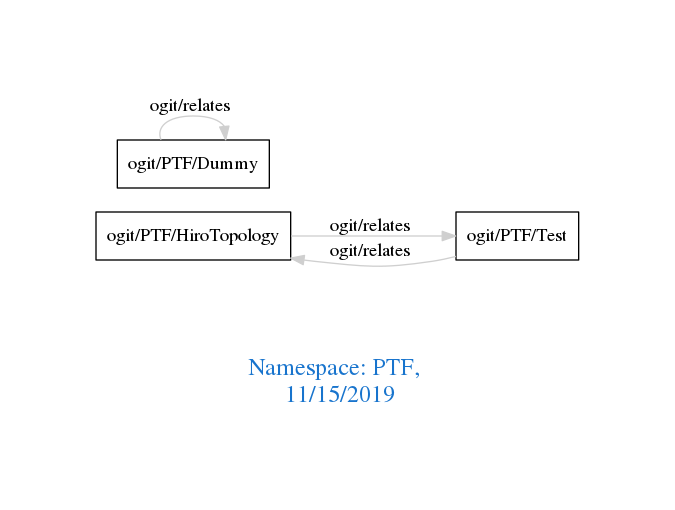
Before: downloads/PTF.png, a diagram exported from Graphviz (arago/OGIT). Its source is kept beside it as downloads/PTF.dot.
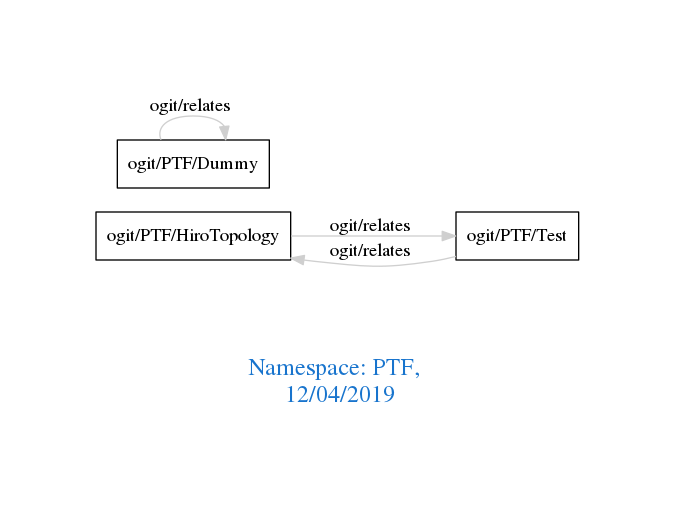
The same file after the commit.

The edit, as a diff of the source:
```diff
@@ -1,7 +1,7 @@
 digraph OGIT_ontology {
  graph [ rankdir= LR,pad=1
 fontsize = 18,
-fontcolor= dodgerblue3,label = "\n\n\nNamespace: PTF, \n 11/15/2019"];
+fontcolor= dodgerblue3,label = "\n\n\nNamespace: PTF, \n 12/04/2019"];
 node[shape=polygon];
 edge [  color="gray81"];
 
```
